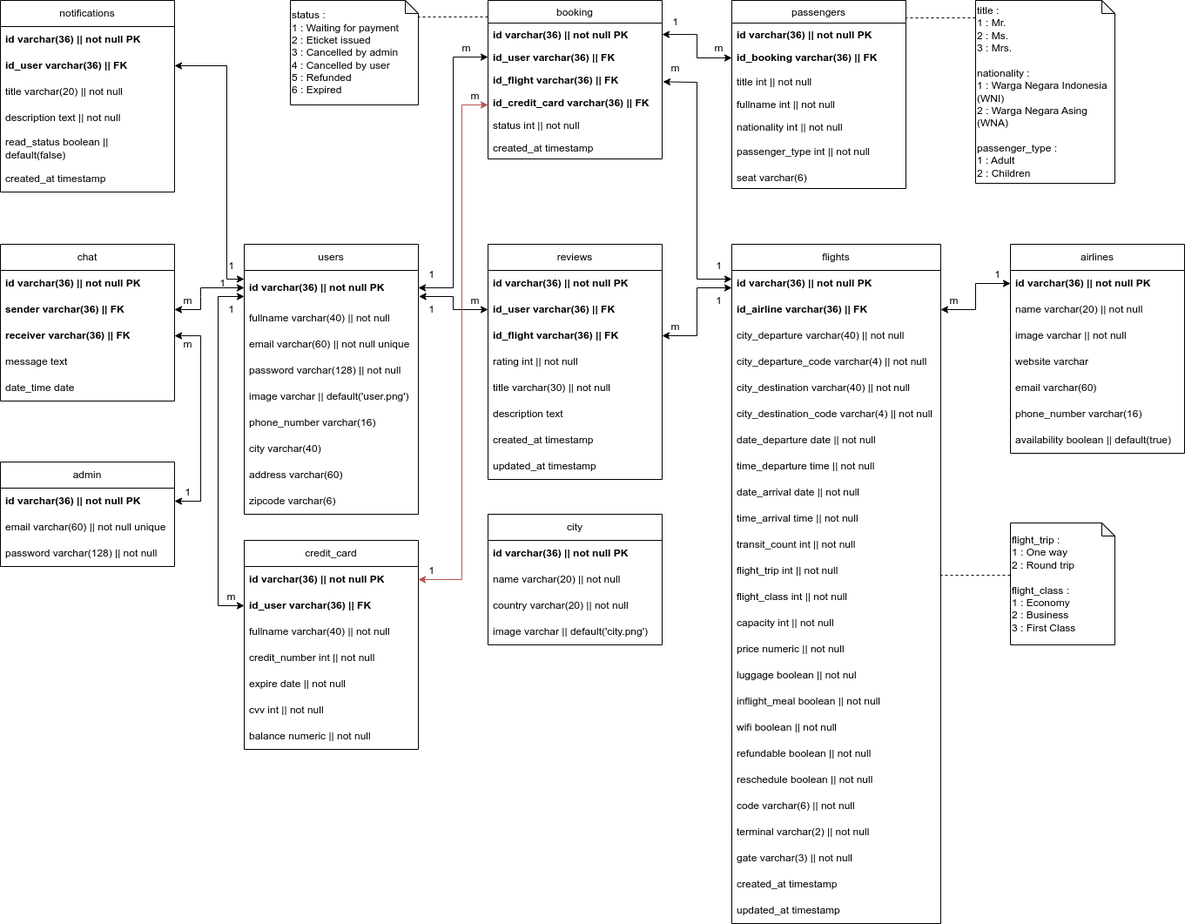
This is docs/ankasa-database-diagram.drawio.png from hosealeonardo18/ankasa-backend, a draw.io export, as it was before one commit. Source tidied: cells renumbered, new cells last; positions are measured from the earlier drawing's top-left corner, leaving out a move shared by most shapes.
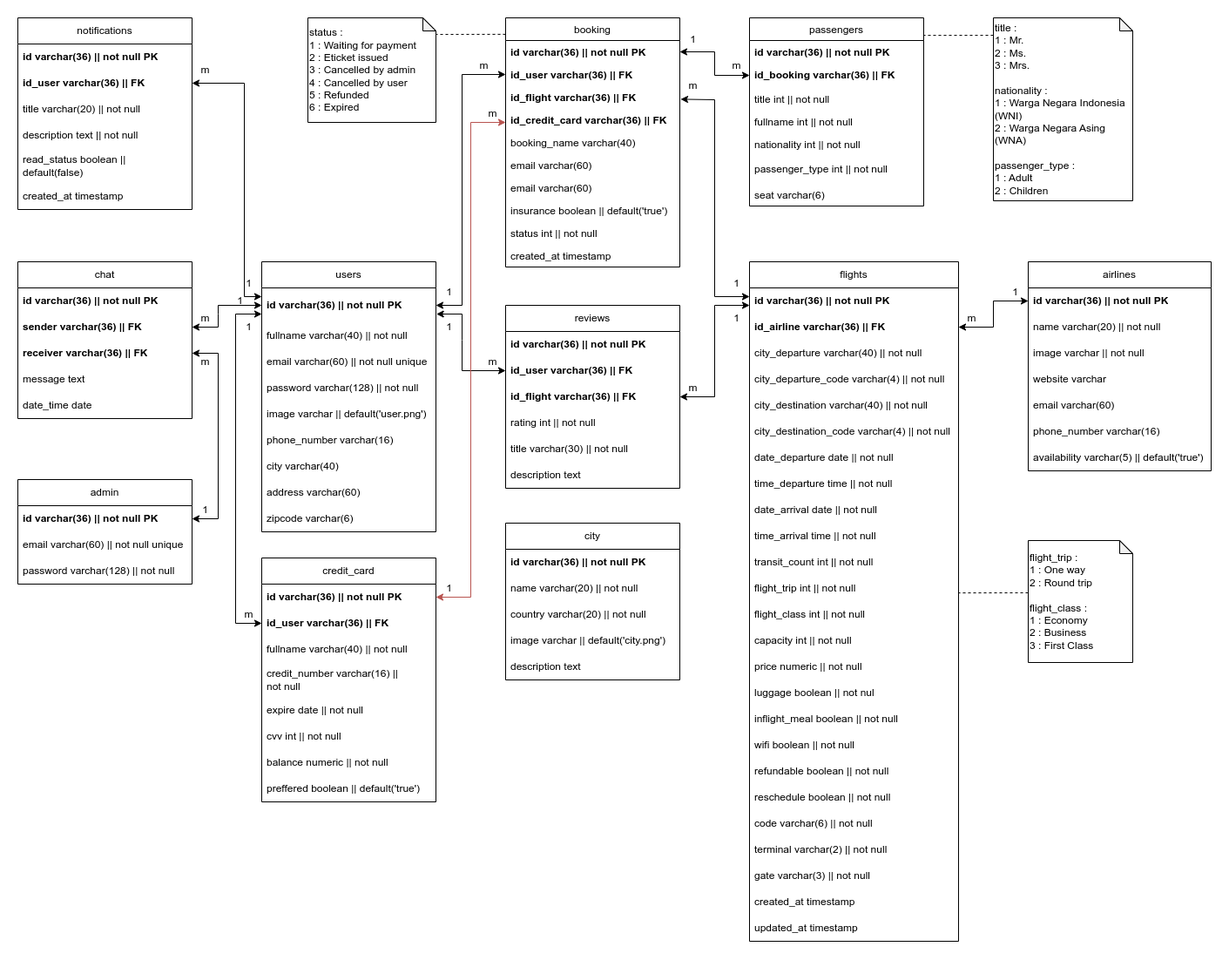
The same diagram one commit later.

The edit, as a diff of the source:
```diff
@@ -3,7 +3,7 @@
     <mxCell id="0" />
     <mxCell id="1" parent="0" />
     <mxCell id="2" value="booking" style="swimlane;fontStyle=0;horizontal=1;startSize=26;fillColor=none;" parent="1" vertex="1">
-      <mxGeometry x="560" width="200" height="182" as="geometry" />
+      <mxGeometry x="560" width="200" height="286" as="geometry" />
     </mxCell>
     <mxCell id="3" value="id varchar(36) || not null PK" style="text;strokeColor=none;fillColor=none;align=left;verticalAlign=top;spacingLeft=4;spacingRight=4;overflow=hidden;points=[[0,0.5],[1,0.5]];portConstraint=eastwest;fontStyle=1;" parent="2" vertex="1">
       <mxGeometry y="26" width="200" height="26" as="geometry" />
@@ -17,11 +17,23 @@
     <mxCell id="6" value="id_credit_card varchar(36) || FK" style="text;strokeColor=none;fillColor=none;align=left;verticalAlign=top;spacingLeft=4;spacingRight=4;overflow=hidden;fontStyle=1;" parent="2" vertex="1">
       <mxGeometry y="104" width="200" height="26" as="geometry" />
     </mxCell>
+    <mxCell id="138" value="booking_name varchar(40)" style="text;strokeColor=none;fillColor=none;align=left;verticalAlign=top;spacingLeft=4;spacingRight=4;overflow=hidden;" parent="2" vertex="1">
+      <mxGeometry y="130" width="200" height="26" as="geometry" />
+    </mxCell>
+    <mxCell id="139" value="email varchar(60)" style="text;strokeColor=none;fillColor=none;align=left;verticalAlign=top;spacingLeft=4;spacingRight=4;overflow=hidden;" parent="2" vertex="1">
+      <mxGeometry y="156" width="200" height="26" as="geometry" />
+    </mxCell>
+    <mxCell id="140" value="email varchar(60)" style="text;strokeColor=none;fillColor=none;align=left;verticalAlign=top;spacingLeft=4;spacingRight=4;overflow=hidden;" parent="2" vertex="1">
+      <mxGeometry y="182" width="200" height="26" as="geometry" />
+    </mxCell>
+    <mxCell id="141" value="insurance boolean || default('true')" style="text;strokeColor=none;fillColor=none;align=left;verticalAlign=top;spacingLeft=4;spacingRight=4;overflow=hidden;" parent="2" vertex="1">
+      <mxGeometry y="208" width="200" height="26" as="geometry" />
+    </mxCell>
     <mxCell id="7" value="status int || not null" style="text;strokeColor=none;fillColor=none;align=left;verticalAlign=top;spacingLeft=4;spacingRight=4;overflow=hidden;" parent="2" vertex="1">
-      <mxGeometry y="130" width="200" height="26" as="geometry" />
+      <mxGeometry y="234" width="200" height="26" as="geometry" />
     </mxCell>
     <mxCell id="8" value="created_at timestamp" style="text;strokeColor=none;fillColor=none;align=left;verticalAlign=top;spacingLeft=4;spacingRight=4;overflow=hidden;" parent="2" vertex="1">
-      <mxGeometry y="156" width="200" height="26" as="geometry" />
+      <mxGeometry y="260" width="200" height="26" as="geometry" />
     </mxCell>
     <mxCell id="9" value="chat" style="swimlane;fontStyle=0;horizontal=1;startSize=30;whiteSpace=wrap;html=1;" parent="1" vertex="1">
       <mxGeometry y="280" width="200" height="180" as="geometry" />
@@ -84,7 +96,7 @@
       <mxGeometry y="90" width="200" height="30" as="geometry" />
     </mxCell>
     <mxCell id="29" value="credit_card" style="swimlane;fontStyle=0;horizontal=1;startSize=30;whiteSpace=wrap;html=1;" parent="1" vertex="1">
-      <mxGeometry x="280" y="620" width="200" height="240" as="geometry" />
+      <mxGeometry x="280" y="620" width="200" height="280" as="geometry" />
     </mxCell>
     <mxCell id="30" value="&lt;span style=&quot;font-weight: 700;&quot;&gt;id varchar(36) || not null PK&lt;/span&gt;" style="text;strokeColor=none;fillColor=none;align=left;verticalAlign=middle;spacingLeft=4;spacingRight=4;overflow=hidden;points=[[0,0.5],[1,0.5]];portConstraint=eastwest;whiteSpace=wrap;html=1;" parent="29" vertex="1">
       <mxGeometry y="30" width="200" height="30" as="geometry" />
@@ -95,20 +107,23 @@
     <mxCell id="32" value="&lt;span style=&quot;&quot;&gt;fullname varchar(40) || not null&lt;/span&gt;" style="text;strokeColor=none;fillColor=none;align=left;verticalAlign=middle;spacingLeft=4;spacingRight=4;overflow=hidden;whiteSpace=wrap;html=1;" parent="29" vertex="1">
       <mxGeometry y="90" width="200" height="30" as="geometry" />
     </mxCell>
-    <mxCell id="33" value="&lt;span style=&quot;&quot;&gt;credit_number int || not null&lt;/span&gt;" style="text;strokeColor=none;fillColor=none;align=left;verticalAlign=middle;spacingLeft=4;spacingRight=4;overflow=hidden;whiteSpace=wrap;html=1;" parent="29" vertex="1">
-      <mxGeometry y="120" width="200" height="30" as="geometry" />
+    <mxCell id="33" value="&lt;span style=&quot;&quot;&gt;credit_number varchar(16) || &lt;br&gt;not null&lt;/span&gt;" style="text;strokeColor=none;fillColor=none;align=left;verticalAlign=middle;spacingLeft=4;spacingRight=4;overflow=hidden;whiteSpace=wrap;html=1;" parent="29" vertex="1">
+      <mxGeometry y="120" width="200" height="40" as="geometry" />
     </mxCell>
     <mxCell id="34" value="&lt;span style=&quot;&quot;&gt;expire date || not null&lt;/span&gt;" style="text;strokeColor=none;fillColor=none;align=left;verticalAlign=middle;spacingLeft=4;spacingRight=4;overflow=hidden;whiteSpace=wrap;html=1;" parent="29" vertex="1">
-      <mxGeometry y="150" width="200" height="30" as="geometry" />
+      <mxGeometry y="160" width="200" height="30" as="geometry" />
     </mxCell>
     <mxCell id="35" value="&lt;span style=&quot;&quot;&gt;cvv int || not null&lt;/span&gt;" style="text;strokeColor=none;fillColor=none;align=left;verticalAlign=middle;spacingLeft=4;spacingRight=4;overflow=hidden;whiteSpace=wrap;html=1;" parent="29" vertex="1">
-      <mxGeometry y="180" width="200" height="30" as="geometry" />
+      <mxGeometry y="190" width="200" height="30" as="geometry" />
     </mxCell>
     <mxCell id="36" value="&lt;span style=&quot;&quot;&gt;balance numeric || not null&lt;/span&gt;" style="text;strokeColor=none;fillColor=none;align=left;verticalAlign=middle;spacingLeft=4;spacingRight=4;overflow=hidden;whiteSpace=wrap;html=1;" parent="29" vertex="1">
-      <mxGeometry y="210" width="200" height="30" as="geometry" />
+      <mxGeometry y="220" width="200" height="30" as="geometry" />
     </mxCell>
+    <mxCell id="142" value="preffered boolean || default('true')" style="text;strokeColor=none;fillColor=none;align=left;verticalAlign=middle;spacingLeft=4;spacingRight=4;overflow=hidden;whiteSpace=wrap;html=1;" parent="29" vertex="1">
+      <mxGeometry y="250" width="200" height="30" as="geometry" />
+    </mxCell>
     <mxCell id="37" value="city" style="swimlane;fontStyle=0;horizontal=1;startSize=30;whiteSpace=wrap;html=1;" parent="1" vertex="1">
-      <mxGeometry x="560" y="590" width="200" height="150" as="geometry" />
+      <mxGeometry x="560" y="580" width="200" height="180" as="geometry" />
     </mxCell>
     <mxCell id="38" value="&lt;span style=&quot;font-weight: 700;&quot;&gt;id varchar(36) || not null PK&lt;/span&gt;" style="text;strokeColor=none;fillColor=none;align=left;verticalAlign=middle;spacingLeft=4;spacingRight=4;overflow=hidden;whiteSpace=wrap;html=1;" parent="37" vertex="1">
       <mxGeometry y="30" width="200" height="30" as="geometry" />
@@ -122,6 +137,9 @@
     <mxCell id="41" value="&lt;span style=&quot;&quot;&gt;image varchar || default('city.png')&lt;/span&gt;" style="text;strokeColor=none;fillColor=none;align=left;verticalAlign=middle;spacingLeft=4;spacingRight=4;overflow=hidden;whiteSpace=wrap;html=1;" parent="37" vertex="1">
       <mxGeometry y="120" width="200" height="30" as="geometry" />
     </mxCell>
+    <mxCell id="143" value="description text" style="text;strokeColor=none;fillColor=none;align=left;verticalAlign=middle;spacingLeft=4;spacingRight=4;overflow=hidden;whiteSpace=wrap;html=1;" parent="37" vertex="1">
+      <mxGeometry y="150" width="200" height="30" as="geometry" />
+    </mxCell>
     <mxCell id="42" value="flights" style="swimlane;fontStyle=0;horizontal=1;startSize=30;whiteSpace=wrap;html=1;" parent="1" vertex="1">
       <mxGeometry x="840" y="280" width="240" height="780" as="geometry" />
     </mxCell>
@@ -201,28 +219,28 @@
       <mxGeometry y="750" width="240" height="30" as="geometry" />
     </mxCell>
     <mxCell id="68" value="airlines" style="swimlane;fontStyle=0;horizontal=1;startSize=30;whiteSpace=wrap;html=1;" parent="1" vertex="1">
-      <mxGeometry x="1160" y="280" width="200" height="240" as="geometry" />
+      <mxGeometry x="1160" y="280" width="210" height="240" as="geometry" />
     </mxCell>
     <mxCell id="69" value="&lt;span style=&quot;font-weight: 700;&quot;&gt;id varchar(36) || not null PK&lt;/span&gt;" style="text;strokeColor=none;fillColor=none;align=left;verticalAlign=middle;spacingLeft=4;spacingRight=4;overflow=hidden;points=[[0,0.5],[1,0.5]];portConstraint=eastwest;whiteSpace=wrap;html=1;" parent="68" vertex="1">
-      <mxGeometry y="30" width="200" height="30" as="geometry" />
+      <mxGeometry y="30" width="210" height="30" as="geometry" />
     </mxCell>
     <mxCell id="70" value="&lt;span style=&quot;&quot;&gt;name varchar(20) || not null&lt;/span&gt;" style="text;strokeColor=none;fillColor=none;align=left;verticalAlign=middle;spacingLeft=4;spacingRight=4;overflow=hidden;whiteSpace=wrap;html=1;" parent="68" vertex="1">
-      <mxGeometry y="60" width="200" height="30" as="geometry" />
+      <mxGeometry y="60" width="210" height="30" as="geometry" />
     </mxCell>
     <mxCell id="71" value="image varchar || not null" style="text;strokeColor=none;fillColor=none;align=left;verticalAlign=middle;spacingLeft=4;spacingRight=4;overflow=hidden;whiteSpace=wrap;html=1;" parent="68" vertex="1">
-      <mxGeometry y="90" width="200" height="30" as="geometry" />
+      <mxGeometry y="90" width="210" height="30" as="geometry" />
     </mxCell>
     <mxCell id="72" value="website varchar" style="text;strokeColor=none;fillColor=none;align=left;verticalAlign=middle;spacingLeft=4;spacingRight=4;overflow=hidden;whiteSpace=wrap;html=1;" parent="68" vertex="1">
-      <mxGeometry y="120" width="200" height="30" as="geometry" />
+      <mxGeometry y="120" width="210" height="30" as="geometry" />
     </mxCell>
     <mxCell id="73" value="email varchar(60)" style="text;strokeColor=none;fillColor=none;align=left;verticalAlign=middle;spacingLeft=4;spacingRight=4;overflow=hidden;whiteSpace=wrap;html=1;" parent="68" vertex="1">
-      <mxGeometry y="150" width="200" height="30" as="geometry" />
+      <mxGeometry y="150" width="210" height="30" as="geometry" />
     </mxCell>
     <mxCell id="74" value="phone_number varchar(16)" style="text;strokeColor=none;fillColor=none;align=left;verticalAlign=middle;spacingLeft=4;spacingRight=4;overflow=hidden;whiteSpace=wrap;html=1;" parent="68" vertex="1">
-      <mxGeometry y="180" width="200" height="30" as="geometry" />
+      <mxGeometry y="180" width="210" height="30" as="geometry" />
     </mxCell>
-    <mxCell id="75" value="availability boolean || default(true)" style="text;strokeColor=none;fillColor=none;align=left;verticalAlign=middle;spacingLeft=4;spacingRight=4;overflow=hidden;whiteSpace=wrap;html=1;" parent="68" vertex="1">
-      <mxGeometry y="210" width="200" height="30" as="geometry" />
+    <mxCell id="75" value="availability varchar(5) || default('true')" style="text;strokeColor=none;fillColor=none;align=left;verticalAlign=middle;spacingLeft=4;spacingRight=4;overflow=hidden;whiteSpace=wrap;html=1;" parent="68" vertex="1">
+      <mxGeometry y="210" width="210" height="30" as="geometry" />
     </mxCell>
     <mxCell id="76" style="edgeStyle=orthogonalEdgeStyle;rounded=0;jettySize=auto;html=1;exitX=1;exitY=0.5;exitDx=0;exitDy=0;startArrow=classic;startFill=1;" parent="1" edge="1" source="26" target="12">
       <mxGeometry relative="1" as="geometry">
@@ -251,7 +269,7 @@
       </mxGeometry>
     </mxCell>
     <mxCell id="79" value="reviews" style="swimlane;fontStyle=0;horizontal=1;startSize=30;whiteSpace=wrap;html=1;" parent="1" vertex="1">
-      <mxGeometry x="560" y="280" width="200" height="270" as="geometry" />
+      <mxGeometry x="560" y="330" width="200" height="210" as="geometry" />
     </mxCell>
     <mxCell id="80" value="&lt;span style=&quot;font-weight: 700;&quot;&gt;id varchar(36) || not null PK&lt;/span&gt;" style="text;strokeColor=none;fillColor=none;align=left;verticalAlign=middle;spacingLeft=4;spacingRight=4;overflow=hidden;whiteSpace=wrap;html=1;" parent="79" vertex="1">
       <mxGeometry y="30" width="200" height="30" as="geometry" />
@@ -271,17 +289,12 @@
     <mxCell id="85" value="&lt;span style=&quot;&quot;&gt;description text&lt;/span&gt;" style="text;strokeColor=none;fillColor=none;align=left;verticalAlign=middle;spacingLeft=4;spacingRight=4;overflow=hidden;whiteSpace=wrap;html=1;" parent="79" vertex="1">
       <mxGeometry y="180" width="200" height="30" as="geometry" />
     </mxCell>
-    <mxCell id="86" value="created_at timestamp" style="text;strokeColor=none;fillColor=none;align=left;verticalAlign=middle;spacingLeft=4;spacingRight=4;overflow=hidden;whiteSpace=wrap;html=1;" parent="79" vertex="1">
-      <mxGeometry y="210" width="200" height="30" as="geometry" />
-    </mxCell>
-    <mxCell id="87" value="updated_at timestamp" style="text;strokeColor=none;fillColor=none;align=left;verticalAlign=middle;spacingLeft=4;spacingRight=4;overflow=hidden;whiteSpace=wrap;html=1;" parent="79" vertex="1">
-      <mxGeometry y="240" width="200" height="30" as="geometry" />
-    </mxCell>
     <mxCell id="88" style="endArrow=classic;startArrow=classic;html=1;rounded=0;exitX=1.003;exitY=0.75;exitDx=0;exitDy=0;entryX=0;entryY=0.5;entryDx=0;entryDy=0;exitPerimeter=0;" parent="1" edge="1" source="16" target="81">
       <mxGeometry relative="1" as="geometry">
         <Array as="points">
-          <mxPoint x="520" y="340" />
-          <mxPoint x="520" y="355" />
+          <mxPoint x="510" y="340" />
+          <mxPoint x="510" y="370" />
+          <mxPoint x="510" y="405" />
         </Array>
       </mxGeometry>
     </mxCell>
@@ -331,13 +344,18 @@
       <mxGeometry x="480" y="340" width="30" height="30" as="geometry" />
     </mxCell>
     <mxCell id="104" value="m" style="text;html=1;align=center;verticalAlign=middle;strokeColor=none;fillColor=none;" parent="1" vertex="1">
-      <mxGeometry x="530" y="330" width="30" height="30" as="geometry" />
+      <mxGeometry x="530" y="380" width="30" height="30" as="geometry" />
     </mxCell>
     <mxCell id="105" style="edgeStyle=orthogonalEdgeStyle;rounded=0;jettySize=auto;html=1;exitX=0;exitY=0.5;exitDx=0;exitDy=0;startArrow=classic;startFill=1;" parent="1" edge="1" source="91" target="3">
       <mxGeometry relative="1" as="geometry" />
     </mxCell>
     <mxCell id="106" style="edgeStyle=orthogonalEdgeStyle;rounded=0;jettySize=auto;html=1;entryX=1;entryY=0.5;entryDx=0;entryDy=0;startArrow=classic;startFill=1;" parent="1" edge="1" source="4" target="16">
-      <mxGeometry relative="1" as="geometry" />
+      <mxGeometry relative="1" as="geometry">
+        <Array as="points">
+          <mxPoint x="510" y="65" />
+          <mxPoint x="510" y="330" />
+        </Array>
+      </mxGeometry>
     </mxCell>
     <mxCell id="107" value="1" style="text;html=1;align=center;verticalAlign=middle;strokeColor=none;fillColor=none;" parent="1" vertex="1">
       <mxGeometry x="480" y="300" width="30" height="30" as="geometry" />
@@ -392,7 +410,7 @@
     <mxCell id="119" style="endArrow=classic;startArrow=classic;html=1;rounded=0;entryX=0;entryY=0.667;entryDx=0;entryDy=0;exitX=1;exitY=0.5;exitDx=0;exitDy=0;entryPerimeter=0;" parent="1" edge="1" source="82" target="43">
       <mxGeometry relative="1" as="geometry">
         <Array as="points">
-          <mxPoint x="800" y="385" />
+          <mxPoint x="800" y="435" />
           <mxPoint x="800" y="330" />
         </Array>
       </mxGeometry>
@@ -401,7 +419,7 @@
       <mxGeometry x="810" y="330" width="30" height="30" as="geometry" />
     </mxCell>
     <mxCell id="121" value="m" style="text;html=1;align=center;verticalAlign=middle;strokeColor=none;fillColor=none;" parent="1" vertex="1">
-      <mxGeometry x="760" y="360" width="30" height="30" as="geometry" />
+      <mxGeometry x="760" y="410" width="30" height="30" as="geometry" />
     </mxCell>
     <mxCell id="122" value="notifications" style="swimlane;fontStyle=0;horizontal=1;startSize=30;whiteSpace=wrap;html=1;" parent="1" vertex="1">
       <mxGeometry width="200" height="220" as="geometry" />
@@ -457,8 +475,8 @@
       <mxGeometry relative="1" as="geometry">
         <mxPoint x="560" y="120" as="targetPoint" />
         <Array as="points">
-          <mxPoint x="530" y="665" />
-          <mxPoint x="530" y="120" />
+          <mxPoint x="520" y="665" />
+          <mxPoint x="520" y="120" />
         </Array>
       </mxGeometry>
     </mxCell>
@@ -468,5 +486,8 @@
     <mxCell id="137" value="1" style="text;html=1;align=center;verticalAlign=middle;strokeColor=none;fillColor=none;" parent="1" vertex="1">
       <mxGeometry x="480" y="640" width="30" height="30" as="geometry" />
     </mxCell>
+    <mxCell id="144" value="m" style="text;html=1;align=center;verticalAlign=middle;strokeColor=none;fillColor=none;" parent="1" vertex="1">
+      <mxGeometry x="200" y="45" width="30" height="30" as="geometry" />
+    </mxCell>
   </root>
 </mxGraphModel>
```
